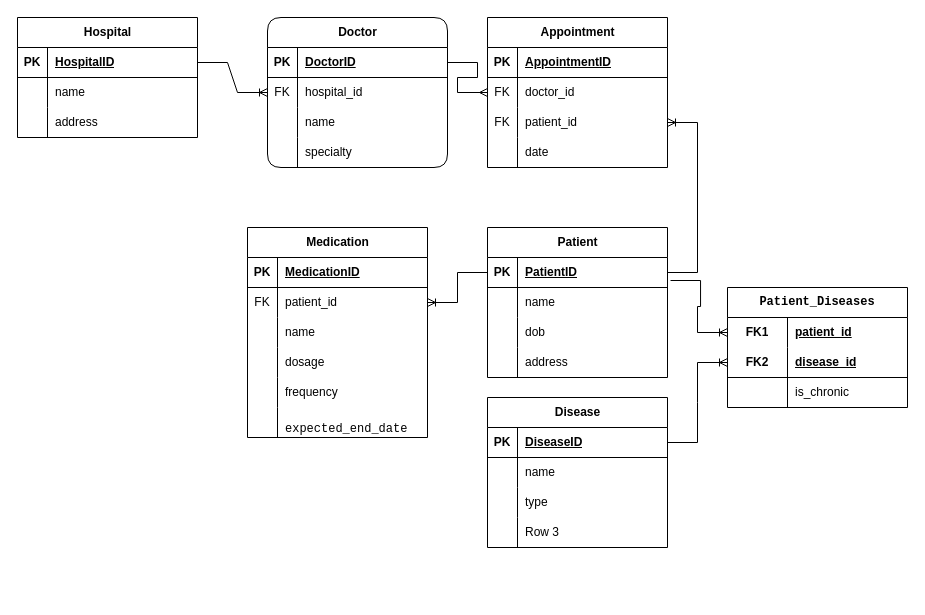
stetspro/rails-health-portal keeps this draw.io diagram as Untitled Diagram.drawio. Above is the earlier version. Source tidied: cells renumbered, new cells numbered last; positions are measured from the earlier drawing's top-left corner, leaving out a move shared by most shapes. Both pictures are drawn from the tidied source at 100%, with x=0, y=0 at pixel (17, 17).
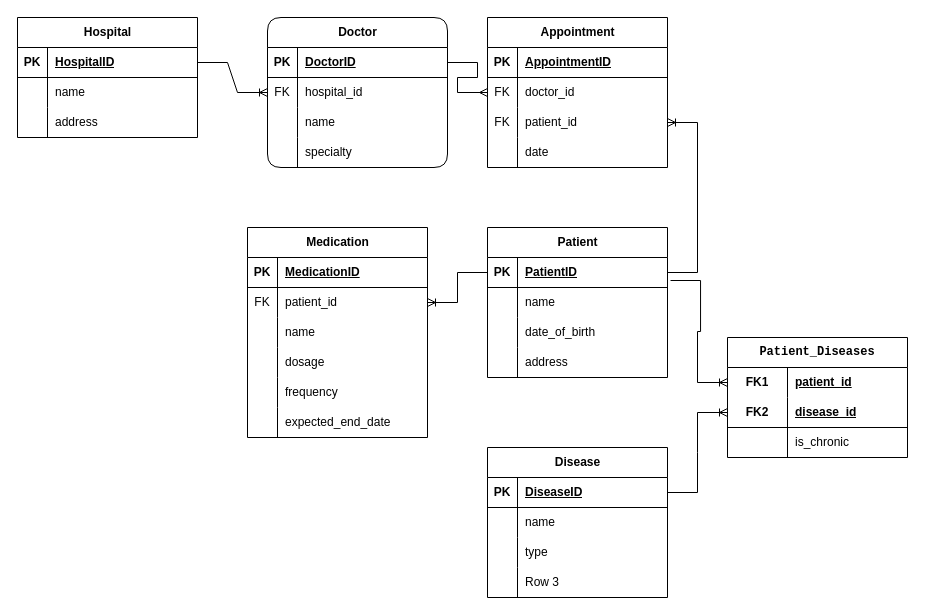
Above is the later version.

The change refers to these unchanged cells:
```xml
<mxCell id="47" style="shape=tableRow;horizontal=0;startSize=0;swimlaneHead=0;swimlaneBody=0;fillColor=none;top=0;left=0;right=0;bottom=0;" parent="40" vertex="1">
  <mxGeometry y="90" width="180" height="30" as="geometry" />
</mxCell>
<mxCell id="70" style="shape=tableRow;horizontal=0;startSize=0;swimlaneHead=0;swimlaneBody=0;fillColor=none;top=0;left=0;right=0;bottom=0;" parent="54" vertex="1">
  <mxGeometry y="180" width="180" height="30" as="geometry" />
</mxCell>
```

What changed in the source:
```diff
@@
-    <mxCell id="49" value="dob" style="shape=partialRectangle;fillColor=none;top=0;left=0;bottom=0;right=0;align=left;spacingLeft=6;overflow=hidden;whiteSpace=wrap;html=1;" parent="47" vertex="1">
+    <mxCell id="49" value="date_of_birth" style="shape=partialRectangle;fillColor=none;top=0;left=0;bottom=0;right=0;align=left;spacingLeft=6;overflow=hidden;whiteSpace=wrap;html=1;" parent="47" vertex="1">
       <mxGeometry x="30" width="150" height="30" as="geometry" />
     </mxCell>
@@
-    <mxCell id="72" value="&lt;pre&gt;&lt;code class=&quot;!whitespace-pre hljs language-lua&quot;&gt;expected_end_date&lt;/code&gt;&lt;/pre&gt;" style="shape=partialRectangle;fillColor=none;top=0;left=0;bottom=0;right=0;align=left;spacingLeft=6;overflow=hidden;whiteSpace=wrap;html=1;" parent="70" vertex="1">
+    <mxCell id="72" value="expected_end_date" style="shape=partialRectangle;fillColor=none;top=0;left=0;bottom=0;right=0;align=left;spacingLeft=6;overflow=hidden;whiteSpace=wrap;html=1;" parent="70" vertex="1">
       <mxGeometry x="30" width="150" height="30" as="geometry" />
     </mxCell>
@@
     <mxCell id="74" value="&lt;div&gt;Disease&lt;/div&gt;" style="shape=table;startSize=30;childLayout=tableLayout;rowLines=0;fontStyle=1;align=center;html=1;" parent="1" vertex="1">
-      <mxGeometry x="470" y="380" width="180" height="150" as="geometry" />
+      <mxGeometry x="470" y="430" width="180" height="150" as="geometry" />
     </mxCell>
@@
     <mxCell id="87" value="&lt;pre&gt;&lt;code class=&quot;!whitespace-pre hljs language-lua&quot;&gt;Patient_Diseases&lt;/code&gt;&lt;/pre&gt;" style="shape=table;startSize=30;childLayout=tableLayout;rowLines=0;fontStyle=1;align=center;html=1;whiteSpace=wrap;" parent="1" vertex="1">
-      <mxGeometry x="710" y="270" width="180" height="120" as="geometry" />
+      <mxGeometry x="710" y="320" width="180" height="120" as="geometry" />
     </mxCell>
```
